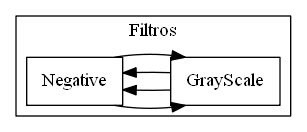
This is Proyecto1/ListaCircular.png from Eduardo01004/EDD_2S2019_PY1_201612124, a Graphviz export, as it was before one commit. Its source is kept beside it as Proyecto1/ListaCircular.dot.
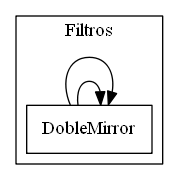
After the commit.

The edit, as a diff of the source:
```diff
@@ -2,11 +2,8 @@
 
 
  subgraph cluster3{label="Filtros";
-9023176[shape=box,label=" Negative "];
-9023176 -> 9023344 ;
-9023344->9023176 ;
-9023344[shape=box,label=" GrayScale "];
-9023344 -> 9023176 ;
-9023176->9023344 ;
+1289928[shape=box,label=" DobleMirror "];
+1289928 -> 1289928 ;
+1289928->1289928 ;
 }
 }
```
